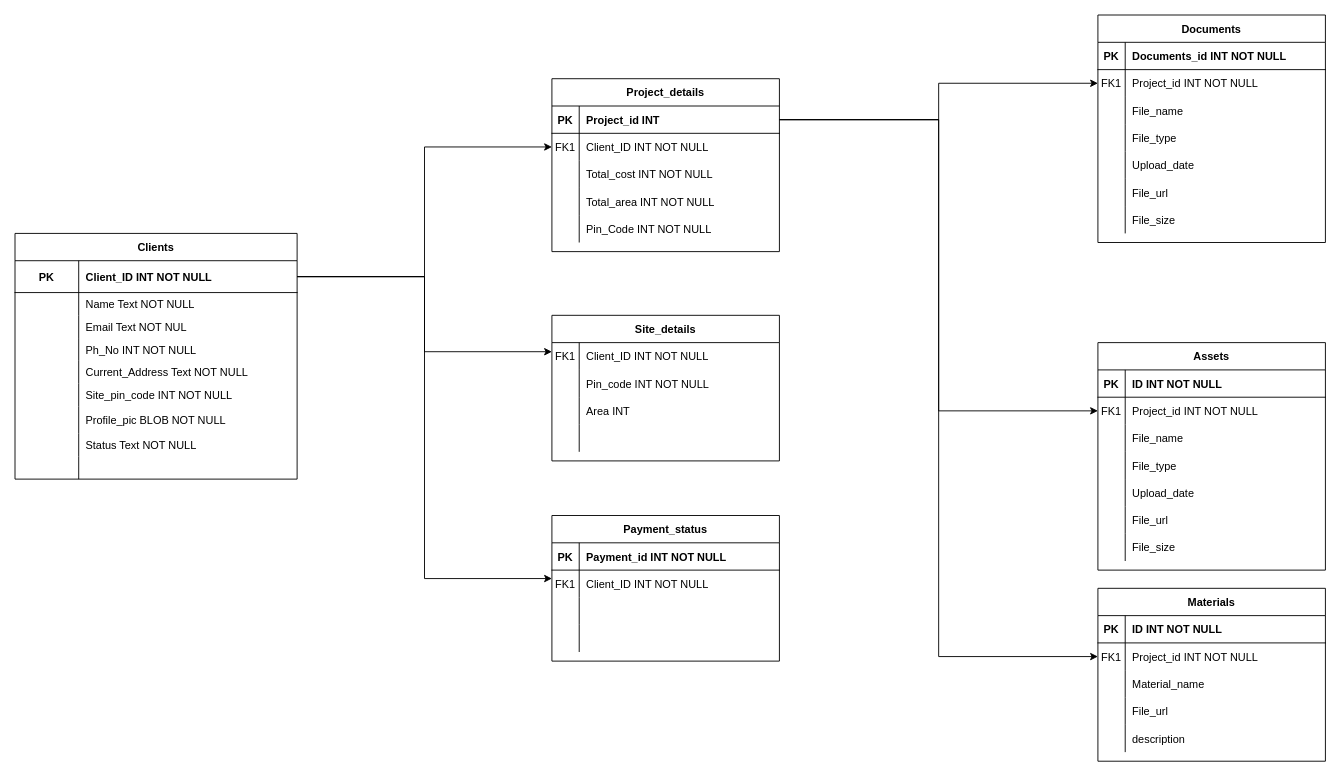
The draw.io diagram Clients_Table.drawio in tejudharanesh/database_design, before the edit. Source tidied: cells renumbered, new cells numbered last; positions are measured from the earlier drawing's top-left corner, leaving out a move shared by most shapes. Both pictures are drawn from the tidied source at 91%, with x=0, y=0 at pixel (15, 15).
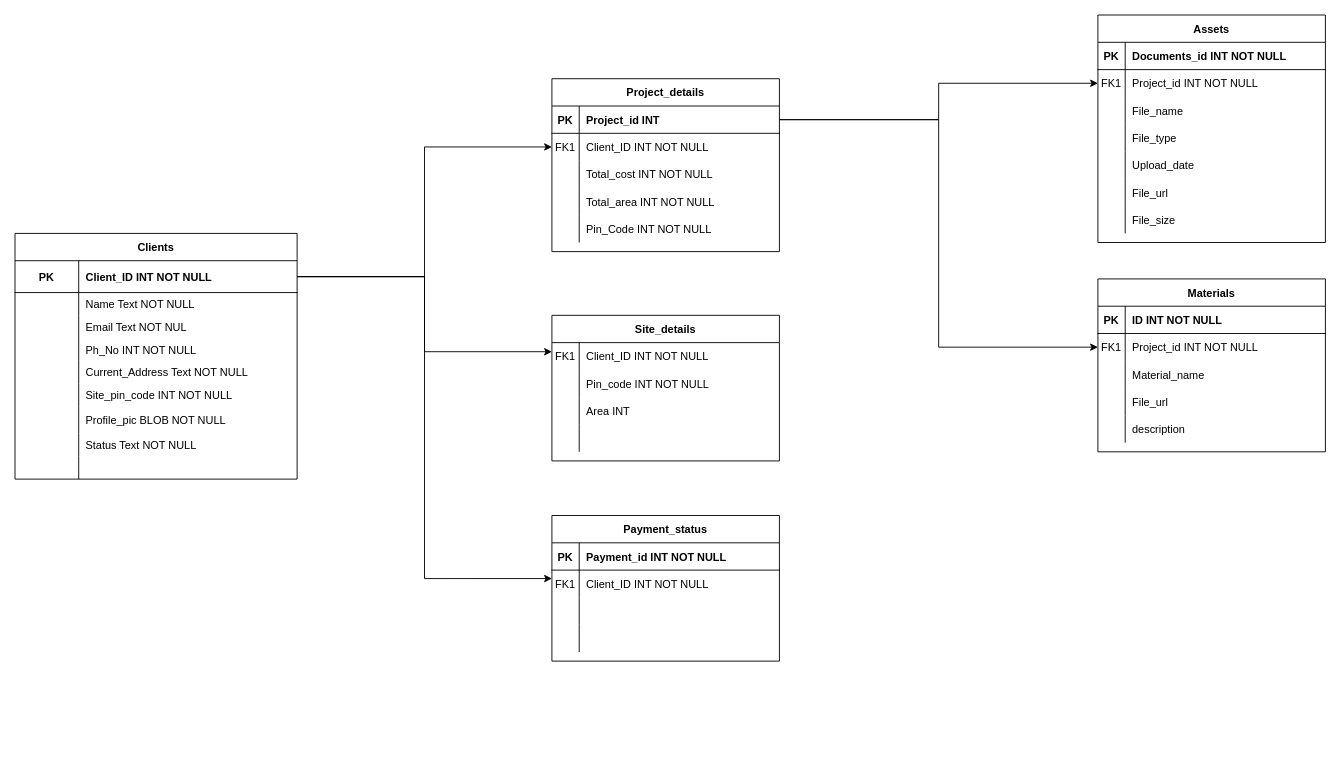
The same diagram, later.

Unchanged cells that the change refers to:
```xml
<mxCell id="3" style="shape=partialRectangle;fillColor=none;points=[[0,0.5],[1,0.5]];portConstraint=eastwest;top=0;left=0;right=0;bottom=1;" parent="2" vertex="1">
  <mxGeometry y="30" width="250" height="30" as="geometry" />
</mxCell>
```

The edit, as a diff of the source:
```diff
@@
-    <mxCell id="59" value="Documents" style="shape=table;startSize=30;childLayout=tableLayout;rowLines=0;fontStyle=1;align=center;" parent="1" vertex="1">
+    <mxCell id="59" value="Assets" style="shape=table;startSize=30;childLayout=tableLayout;rowLines=0;fontStyle=1;align=center;" parent="1" vertex="1">
       <mxGeometry x="1190" width="250" height="250" as="geometry" />
     </mxCell>
@@
     <mxCell id="81" value="Materials" style="shape=table;startSize=30;childLayout=tableLayout;rowLines=0;fontStyle=1;align=center;" parent="1" vertex="1">
-      <mxGeometry x="1190" y="630" width="250" height="190" as="geometry" />
+      <mxGeometry x="1190" y="290" width="250" height="190" as="geometry" />
     </mxCell>
@@
-    <mxCell id="113" value="Assets" style="shape=table;startSize=30;childLayout=tableLayout;rowLines=0;fontStyle=1;align=center;" parent="1" vertex="1">
-      <mxGeometry x="1190" y="360" width="250" height="250" as="geometry" />
-    </mxCell>
-    <mxCell id="114" style="shape=partialRectangle;fillColor=none;top=0;left=0;right=0;bottom=1;" parent="113" vertex="1">
-      <mxGeometry y="30" width="250" height="30" as="geometry" />
-    </mxCell>
-    <mxCell id="115" value="PK" style="shape=partialRectangle;overflow=hidden;fillColor=none;top=0;left=0;bottom=0;right=0;fontStyle=1;" parent="114" vertex="1">
-      <mxGeometry width="30" height="30" as="geometry" />
-    </mxCell>
-    <mxCell id="116" value="ID INT NOT NULL" style="shape=partialRectangle;overflow=hidden;fillColor=none;top=0;left=0;bottom=0;right=0;align=left;spacingLeft=6;fontStyle=1;" parent="114" vertex="1">
-      <mxGeometry x="30" width="220" height="30" as="geometry" />
-    </mxCell>
-    <mxCell id="117" style="shape=partialRectangle;fillColor=none;points=[[0,0.5],[1,0.5]];portConstraint=eastwest;top=0;left=0;right=0;bottom=0;" parent="113" vertex="1">
-      <mxGeometry y="60" width="250" height="30" as="geometry" />
-    </mxCell>
-    <mxCell id="118" value="FK1" style="shape=partialRectangle;overflow=hidden;fillColor=none;top=0;left=0;bottom=0;right=0;" parent="117" vertex="1">
-      <mxGeometry width="30" height="30" as="geometry" />
-    </mxCell>
-    <mxCell id="119" value="Project_id INT NOT NULL" style="shape=partialRectangle;overflow=hidden;fillColor=none;top=0;left=0;bottom=0;right=0;align=left;spacingLeft=6;" parent="117" vertex="1">
-      <mxGeometry x="30" width="220" height="30" as="geometry" />
-    </mxCell>
-    <mxCell id="120" style="shape=partialRectangle;fillColor=none;top=0;left=0;right=0;bottom=0;" parent="113" vertex="1">
-      <mxGeometry y="90" width="250" height="30" as="geometry" />
-    </mxCell>
-    <mxCell id="121" style="shape=partialRectangle;overflow=hidden;fillColor=none;top=0;left=0;bottom=0;right=0;" parent="120" vertex="1">
-      <mxGeometry width="30" height="30" as="geometry" />
-    </mxCell>
-    <mxCell id="122" value="File_name" style="shape=partialRectangle;overflow=hidden;fillColor=none;top=0;left=0;bottom=0;right=0;align=left;spacingLeft=6;" parent="120" vertex="1">
-      <mxGeometry x="30" width="220" height="30" as="geometry" />
-    </mxCell>
-    <mxCell id="123" style="shape=partialRectangle;fillColor=none;top=0;left=0;right=0;bottom=0;" parent="113" vertex="1">
-      <mxGeometry y="120" width="250" height="30" as="geometry" />
-    </mxCell>
-    <mxCell id="124" style="shape=partialRectangle;overflow=hidden;fillColor=none;top=0;left=0;bottom=0;right=0;" parent="123" vertex="1">
-      <mxGeometry width="30" height="30" as="geometry" />
-    </mxCell>
-    <mxCell id="125" value="File_type" style="shape=partialRectangle;overflow=hidden;fillColor=none;top=0;left=0;bottom=0;right=0;align=left;spacingLeft=6;" parent="123" vertex="1">
-      <mxGeometry x="30" width="220" height="30" as="geometry" />
-    </mxCell>
-    <mxCell id="126" style="shape=partialRectangle;fillColor=none;top=0;left=0;right=0;bottom=0;" parent="113" vertex="1">
-      <mxGeometry y="150" width="250" height="30" as="geometry" />
-    </mxCell>
-    <mxCell id="127" style="shape=partialRectangle;overflow=hidden;fillColor=none;top=0;left=0;bottom=0;right=0;" parent="126" vertex="1">
-      <mxGeometry width="30" height="30" as="geometry" />
-    </mxCell>
-    <mxCell id="128" value="Upload_date" style="shape=partialRectangle;overflow=hidden;fillColor=none;top=0;left=0;bottom=0;right=0;align=left;spacingLeft=6;" parent="126" vertex="1">
-      <mxGeometry x="30" width="220" height="30" as="geometry" />
-    </mxCell>
-    <mxCell id="129" style="shape=partialRectangle;fillColor=none;top=0;left=0;right=0;bottom=0;" parent="113" vertex="1">
-      <mxGeometry y="180" width="250" height="30" as="geometry" />
-    </mxCell>
-    <mxCell id="130" style="shape=partialRectangle;overflow=hidden;fillColor=none;top=0;left=0;bottom=0;right=0;" parent="129" vertex="1">
-      <mxGeometry width="30" height="30" as="geometry" />
-    </mxCell>
-    <mxCell id="131" value="File_url" style="shape=partialRectangle;overflow=hidden;fillColor=none;top=0;left=0;bottom=0;right=0;align=left;spacingLeft=6;" parent="129" vertex="1">
-      <mxGeometry x="30" width="220" height="30" as="geometry" />
-    </mxCell>
-    <mxCell id="132" style="shape=partialRectangle;fillColor=none;top=0;left=0;right=0;bottom=0;" parent="113" vertex="1">
-      <mxGeometry y="210" width="250" height="30" as="geometry" />
-    </mxCell>
-    <mxCell id="133" style="shape=partialRectangle;overflow=hidden;fillColor=none;top=0;left=0;bottom=0;right=0;" parent="132" vertex="1">
-      <mxGeometry width="30" height="30" as="geometry" />
-    </mxCell>
-    <mxCell id="134" value="File_size" style="shape=partialRectangle;overflow=hidden;fillColor=none;top=0;left=0;bottom=0;right=0;align=left;spacingLeft=6;" parent="132" vertex="1">
-      <mxGeometry x="30" width="220" height="30" as="geometry" />
-    </mxCell>
@@
-    <mxCell id="136" style="edgeStyle=orthogonalEdgeStyle;rounded=0;jettySize=auto;html=1;exitX=1;exitY=0.5;exitDx=0;exitDy=0;entryX=0;entryY=0.5;entryDx=0;entryDy=0;" parent="1" edge="1" source="3" target="117">
-      <mxGeometry relative="1" as="geometry" />
-    </mxCell>
```
